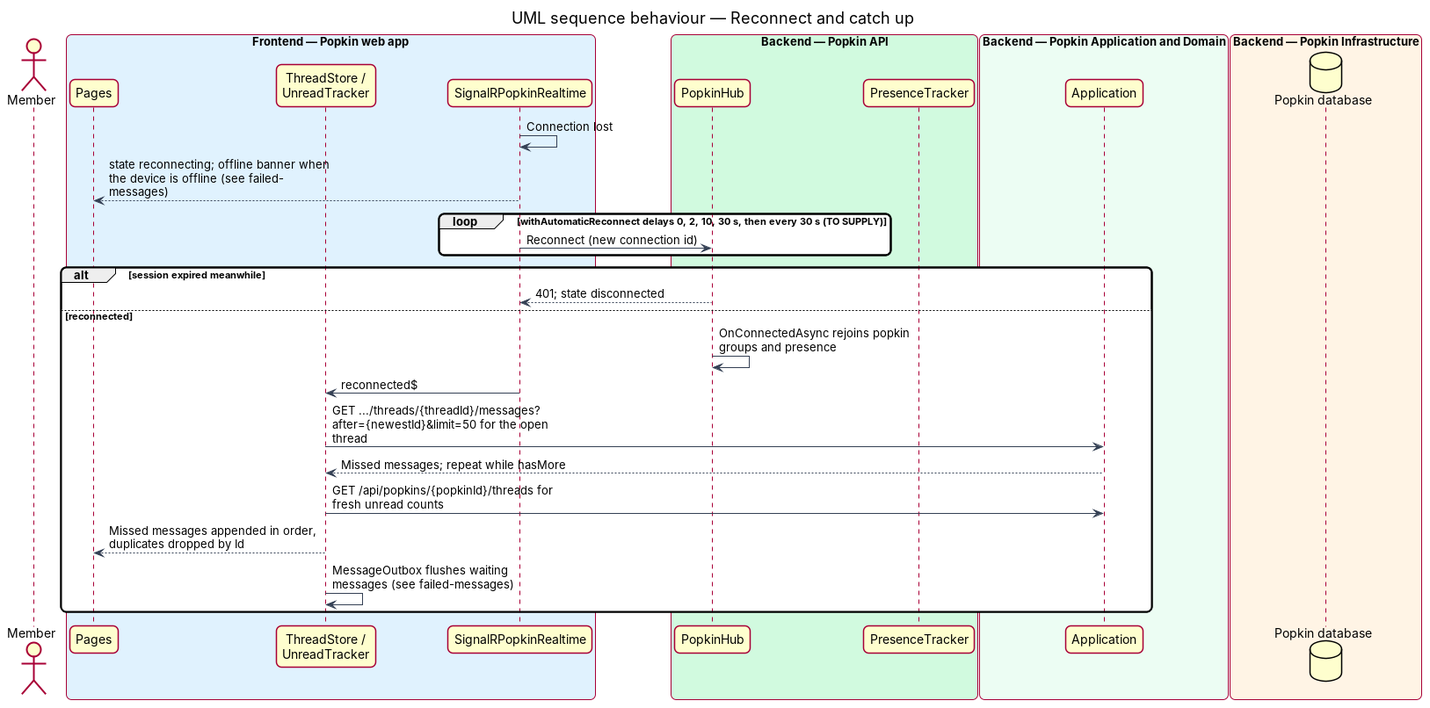
QuinntyneBrown/popkin keeps this PlantUML diagram as docs/detailed-designs/chat/live-messages/diagrams/sequence-reconnect-catch-up.png. Above is the earlier version. Its source is kept beside it as docs/detailed-designs/chat/live-messages/diagrams/sequence-reconnect-catch-up.puml. The source it was exported from:
```plantuml
@startuml
title UML sequence behaviour — Reconnect and catch up
skinparam backgroundColor #FFFFFF
skinparam shadowing false
skinparam roundcorner 12
skinparam defaultFontName Arial
skinparam ArrowColor #344054
skinparam maxMessageSize 260
skinparam rectangle {
  BorderColor #344054
  FontColor #101828
}
skinparam package {
  BorderColor #667085
  FontColor #101828
  BackgroundColor #F9FAFB
}

actor "Member" as actor
box "Frontend — Popkin web app" #E0F2FE
  participant "Pages" as page
  participant "ThreadStore /\nUnreadTracker" as store
  participant "SignalRPopkinRealtime" as rt
end box
box "Backend — Popkin API" #D1FADF
  participant "PopkinHub" as hub
  participant "PresenceTracker" as presence
end box
box "Backend — Popkin Application and Domain" #ECFDF3
  participant "Application" as handler
end box
box "Backend — Popkin Infrastructure" #FFF4E5
  database "Popkin database" as db
end box
rt -> rt : Connection lost
rt --> page : state reconnecting; offline banner when the device is offline (see failed-messages)
loop withAutomaticReconnect delays 0, 2, 10, 30 s, then every 30 s (TO SUPPLY)
  rt -> hub : Reconnect (new connection id)
end
alt session expired meanwhile
  hub --> rt : 401; state disconnected
else reconnected
  hub -> hub : OnConnectedAsync rejoins popkin groups and presence
  rt -> store : reconnected$
  store -> handler : GET .../threads/{threadId}/messages?after={newestId}&limit=50 for the open thread
  handler --> store : Missed messages; repeat while hasMore
  store -> handler : GET /api/popkins/{popkinId}/threads for fresh unread counts
  store --> page : Missed messages appended in order, duplicates dropped by Id
  store -> store : MessageOutbox flushes waiting messages (see failed-messages)
end
@enduml
```
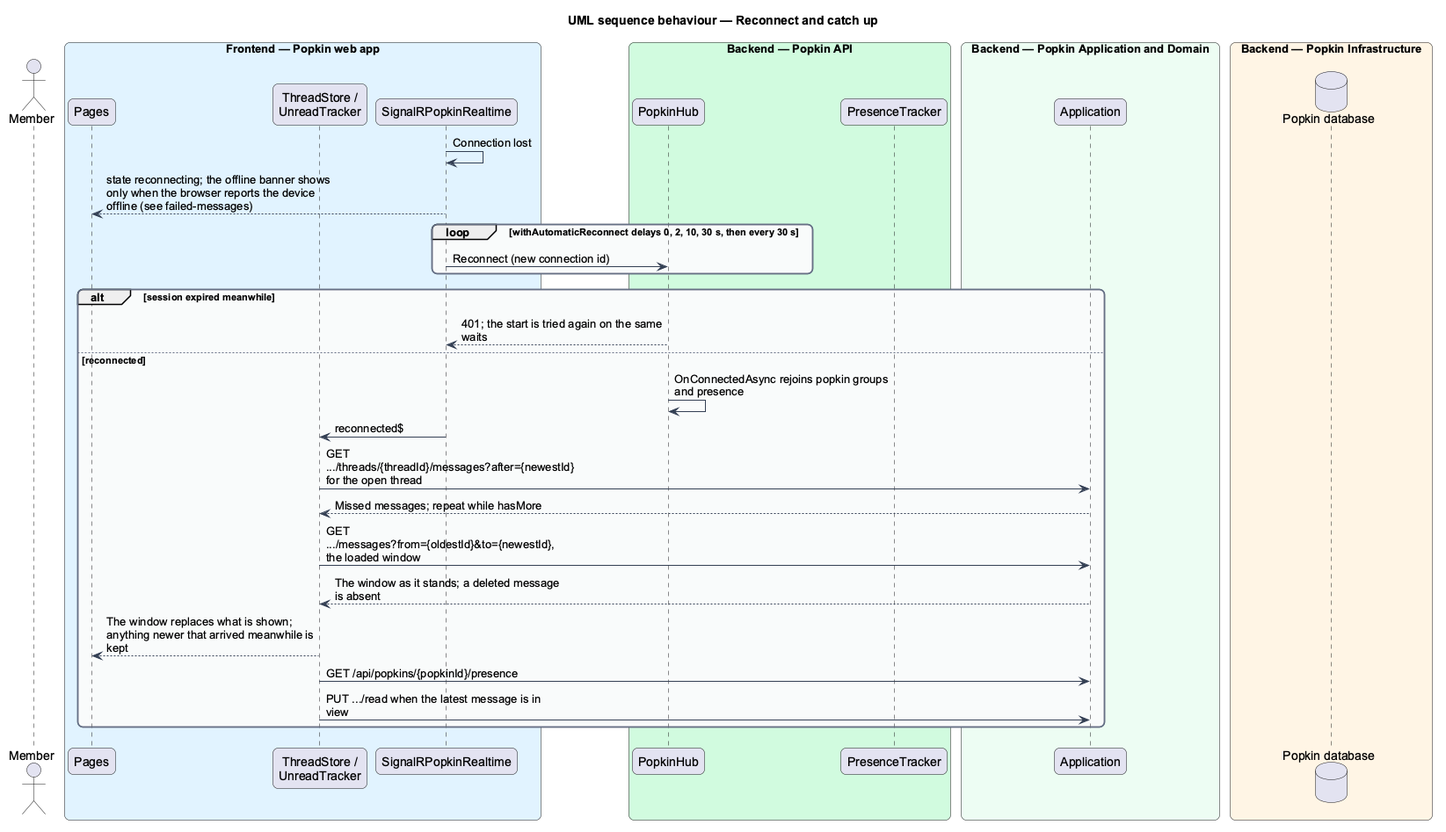
After the commit.

Diff of the diagram source:
```diff
@@ -33,19 +33,21 @@
   database "Popkin database" as db
 end box
 rt -> rt : Connection lost
-rt --> page : state reconnecting; offline banner when the device is offline (see failed-messages)
-loop withAutomaticReconnect delays 0, 2, 10, 30 s, then every 30 s (TO SUPPLY)
+rt --> page : state reconnecting; the offline banner shows only when the browser reports the device offline (see failed-messages)
+loop withAutomaticReconnect delays 0, 2, 10, 30 s, then every 30 s
   rt -> hub : Reconnect (new connection id)
 end
 alt session expired meanwhile
-  hub --> rt : 401; state disconnected
+  hub --> rt : 401; the start is tried again on the same waits
 else reconnected
   hub -> hub : OnConnectedAsync rejoins popkin groups and presence
   rt -> store : reconnected$
-  store -> handler : GET .../threads/{threadId}/messages?after={newestId}&limit=50 for the open thread
+  store -> handler : GET .../threads/{threadId}/messages?after={newestId} for the open thread
   handler --> store : Missed messages; repeat while hasMore
-  store -> handler : GET /api/popkins/{popkinId}/threads for fresh unread counts
-  store --> page : Missed messages appended in order, duplicates dropped by Id
-  store -> store : MessageOutbox flushes waiting messages (see failed-messages)
+  store -> handler : GET .../messages?from={oldestId}&to={newestId}, the loaded window
+  handler --> store : The window as it stands; a deleted message is absent
+  store --> page : The window replaces what is shown; anything newer that arrived meanwhile is kept
+  store -> handler : GET /api/popkins/{popkinId}/presence
+  store -> handler : PUT .../read when the latest message is in view
 end
 @enduml
```
